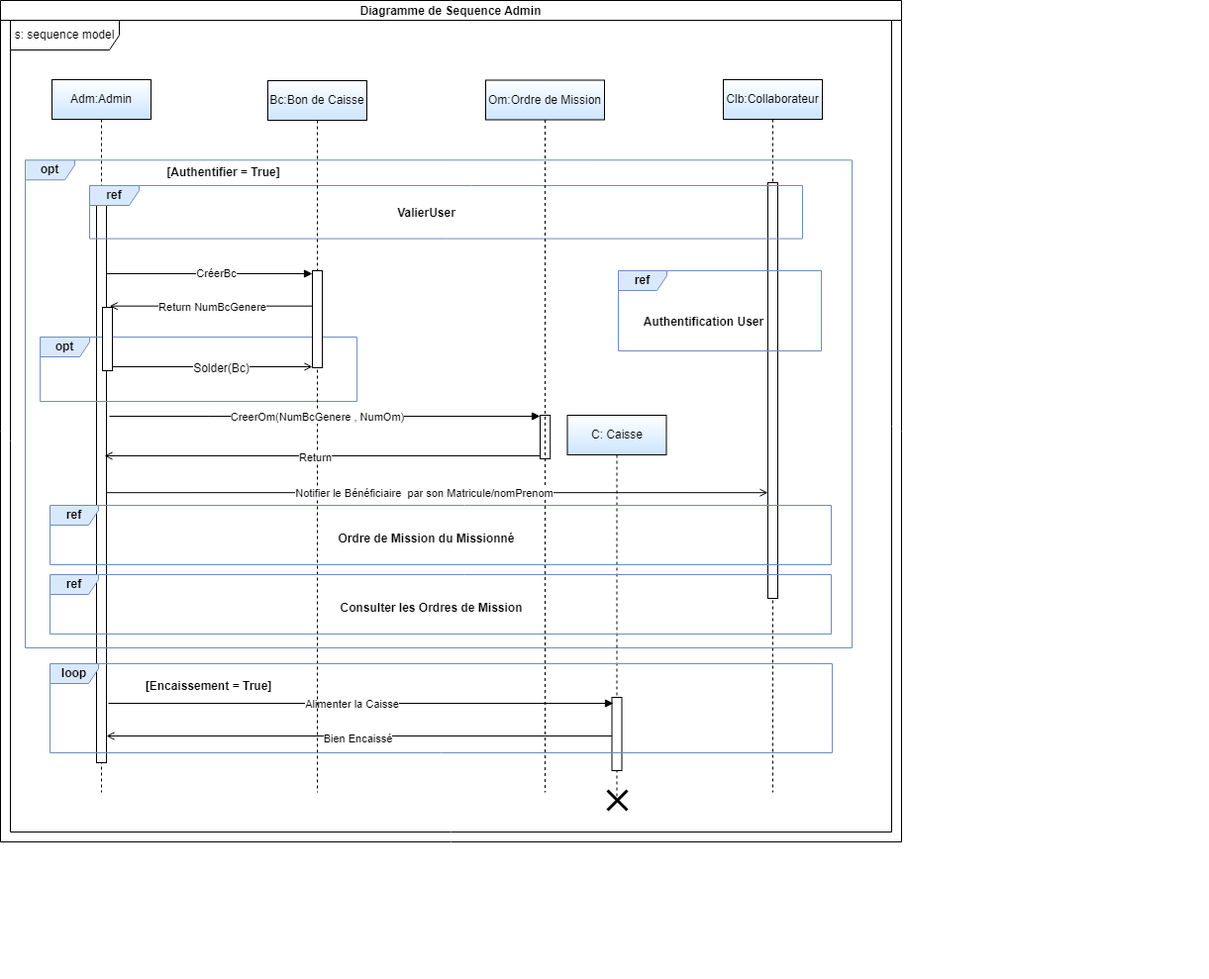
This is sequenceDiagramAdmin.drawio.png from BARIGOU-Imane/Gestion-des-Ordres-de-Mission, a draw.io export, as it was before one commit. Source tidied: cells renumbered, new cells last; positions are measured from the earlier drawing's top-left corner, leaving out a move shared by most shapes. Source of this version:
```xml
<mxGraphModel>
  <root>
    <mxCell id="0" />
    <mxCell id="1" parent="0" />
    <mxCell id="2" value="Adm:Admin" style="shape=umlLifeline;perimeter=lifelinePerimeter;whiteSpace=wrap;html=1;newEdgeStyle={&quot;edgeStyle&quot;:&quot;elbowEdgeStyle&quot;,&quot;elbow&quot;:&quot;vertical&quot;,&quot;curved&quot;:0,&quot;rounded&quot;:0};fillColor=default;strokeColor=#000000;gradientColor=#CCE5FF;" parent="1" vertex="1">
      <mxGeometry x="52" y="80" width="100" height="720" as="geometry" />
    </mxCell>
    <mxCell id="3" style="html=1;points=[];perimeter=orthogonalPerimeter;outlineConnect=0;targetShapes=umlLifeline;portConstraint=eastwest;newEdgeStyle={&quot;edgeStyle&quot;:&quot;elbowEdgeStyle&quot;,&quot;elbow&quot;:&quot;vertical&quot;,&quot;curved&quot;:0,&quot;rounded&quot;:0};" parent="2" vertex="1">
      <mxGeometry x="45" y="110" width="10" height="580" as="geometry" />
    </mxCell>
    <mxCell id="4" value="Clb:Collaborateur" style="shape=umlLifeline;perimeter=lifelinePerimeter;whiteSpace=wrap;html=1;newEdgeStyle={&quot;edgeStyle&quot;:&quot;elbowEdgeStyle&quot;,&quot;elbow&quot;:&quot;vertical&quot;,&quot;curved&quot;:0,&quot;rounded&quot;:0};gradientColor=#CCE5FF;" parent="1" vertex="1">
      <mxGeometry x="730" y="80" width="100" height="720" as="geometry" />
    </mxCell>
    <mxCell id="5" style="group;fillColor=none;" parent="1" vertex="1">
      <mxGeometry x="25" y="164" width="1195" height="824" as="geometry" />
    </mxCell>
    <mxCell id="6" value="&lt;b&gt;opt&lt;/b&gt;" style="shape=umlFrame;whiteSpace=wrap;html=1;width=50;height=20;fillColor=#dae8fc;strokeColor=#6c8ebf;" parent="5" vertex="1">
      <mxGeometry y="-2.7" width="835" height="492.7" as="geometry" />
    </mxCell>
    <mxCell id="7" value="&lt;b&gt;[Authentifier = True]&lt;/b&gt;" style="text;html=1;align=center;verticalAlign=middle;strokeColor=none;fillColor=none;" parent="5" vertex="1">
      <mxGeometry x="130" y="-5" width="140" height="30" as="geometry" />
    </mxCell>
    <mxCell id="8" style="group;" parent="5" vertex="1">
      <mxGeometry x="5.1" y="100" width="366.6" height="199" as="geometry" />
    </mxCell>
    <mxCell id="9" value="&lt;b&gt;opt&lt;/b&gt;" style="shape=umlFrame;whiteSpace=wrap;html=1;width=50;height=20;fillColor=#dae8fc;strokeColor=#6c8ebf;" parent="8" vertex="1">
      <mxGeometry x="10" y="76" width="320" height="65" as="geometry" />
    </mxCell>
    <mxCell id="10" style="html=1;points=[];perimeter=orthogonalPerimeter;outlineConnect=0;targetShapes=umlLifeline;portConstraint=eastwest;newEdgeStyle={&quot;edgeStyle&quot;:&quot;elbowEdgeStyle&quot;,&quot;elbow&quot;:&quot;vertical&quot;,&quot;curved&quot;:0,&quot;rounded&quot;:0};" parent="8" vertex="1">
      <mxGeometry x="72.9" y="46" width="10" height="64" as="geometry" />
    </mxCell>
    <mxCell id="11" style="html=1;verticalAlign=bottom;endArrow=block;curved=0;rounded=0;" parent="8" edge="1" source="3">
      <mxGeometry relative="1" as="geometry">
        <mxPoint x="284.9" y="12" as="targetPoint" />
      </mxGeometry>
    </mxCell>
    <mxCell id="12" value="CréerBc" style="edgeLabel;html=1;align=center;verticalAlign=middle;" parent="11" vertex="1">
      <mxGeometry x="0.06" y="1" relative="1" as="geometry" />
    </mxCell>
    <mxCell id="13" style="html=1;points=[];perimeter=orthogonalPerimeter;outlineConnect=0;targetShapes=umlLifeline;portConstraint=eastwest;newEdgeStyle={&quot;edgeStyle&quot;:&quot;elbowEdgeStyle&quot;,&quot;elbow&quot;:&quot;vertical&quot;,&quot;curved&quot;:0,&quot;rounded&quot;:0};" parent="5" vertex="1">
      <mxGeometry x="520" y="255" width="10.2" height="44" as="geometry" />
    </mxCell>
    <mxCell id="14" value="&lt;b&gt;Authentification User&lt;/b&gt;" style="text;html=1;align=center;verticalAlign=middle;strokeColor=none;fillColor=none;" parent="5" vertex="1">
      <mxGeometry x="615" y="146" width="140" height="30" as="geometry" />
    </mxCell>
    <mxCell id="15" style="html=1;points=[];perimeter=orthogonalPerimeter;outlineConnect=0;targetShapes=umlLifeline;portConstraint=eastwest;newEdgeStyle={&quot;edgeStyle&quot;:&quot;elbowEdgeStyle&quot;,&quot;elbow&quot;:&quot;vertical&quot;,&quot;curved&quot;:0,&quot;rounded&quot;:0};" parent="5" vertex="1">
      <mxGeometry x="750" y="20" width="10" height="420" as="geometry" />
    </mxCell>
    <mxCell id="16" style="group;labelBackgroundColor=none;textShadow=0;fontColor=default;labelBorderColor=default;fillColor=none;" parent="5" vertex="1">
      <mxGeometry x="65" y="23" width="720" height="67" as="geometry" />
    </mxCell>
    <mxCell id="17" value="&lt;b&gt;ref&lt;/b&gt;" style="shape=umlFrame;whiteSpace=wrap;html=1;width=50;height=20;fillColor=#dae8fc;strokeColor=#6c8ebf;" parent="16" vertex="1">
      <mxGeometry width="720" height="53.6" as="geometry" />
    </mxCell>
    <mxCell id="18" value="&lt;b&gt;ValierUser&lt;/b&gt;" style="text;html=1;align=center;verticalAlign=middle;strokeColor=none;fillColor=none;" parent="16" vertex="1">
      <mxGeometry x="300" y="13.4" width="80" height="30" as="geometry" />
    </mxCell>
    <mxCell id="19" value="&lt;b&gt;ref&lt;/b&gt;" style="shape=umlFrame;whiteSpace=wrap;html=1;width=49;height=20;fillColor=#dae8fc;strokeColor=#6c8ebf;" parent="5" vertex="1">
      <mxGeometry x="599" y="109" width="205" height="81" as="geometry" />
    </mxCell>
    <mxCell id="20" value="&lt;b&gt;Ordre de Mission du Missionné&lt;/b&gt;" style="text;html=1;align=center;verticalAlign=middle;strokeColor=none;fillColor=none;" parent="5" vertex="1">
      <mxGeometry x="305" y="365" width="200" height="30" as="geometry" />
    </mxCell>
    <mxCell id="21" value="&lt;b&gt;Consulter les Ordres de Mission&lt;/b&gt;" style="text;html=1;align=center;verticalAlign=middle;strokeColor=none;fillColor=none;" parent="5" vertex="1">
      <mxGeometry x="305" y="435" width="210" height="30" as="geometry" />
    </mxCell>
    <mxCell id="22" value="C: Caisse" style="shape=umlLifeline;perimeter=lifelinePerimeter;whiteSpace=wrap;html=1;newEdgeStyle={&quot;edgeStyle&quot;:&quot;elbowEdgeStyle&quot;,&quot;elbow&quot;:&quot;vertical&quot;,&quot;curved&quot;:0,&quot;rounded&quot;:0};gradientColor=#CCE5FF;" parent="5" vertex="1">
      <mxGeometry x="547.5" y="255" width="100" height="385" as="geometry" />
    </mxCell>
    <mxCell id="23" style="html=1;perimeter=orthogonalPerimeter;targetShapes=umlLifeline;newEdgeStyle={&quot;edgeStyle&quot;:&quot;elbowEdgeStyle&quot;,&quot;elbow&quot;:&quot;vertical&quot;,&quot;curved&quot;:0,&quot;rounded&quot;:0};" parent="5" vertex="1">
      <mxGeometry x="592.5" y="540" width="10" height="74" as="geometry" />
    </mxCell>
    <mxCell id="24" value="Alimenter la Caisse" style="html=1;verticalAlign=bottom;endArrow=block;edgeStyle=elbowEdgeStyle;elbow=horizontal;curved=0;rounded=0;" parent="5" edge="1">
      <mxGeometry x="-0.03" y="-10" relative="1" as="geometry">
        <mxPoint x="84" y="546" as="sourcePoint" />
        <mxPoint x="594" y="546" as="targetPoint" />
      </mxGeometry>
    </mxCell>
    <mxCell id="25" value="Bc:Bon de Caisse" style="shape=umlLifeline;perimeter=lifelinePerimeter;whiteSpace=wrap;html=1;newEdgeStyle={&quot;edgeStyle&quot;:&quot;elbowEdgeStyle&quot;,&quot;elbow&quot;:&quot;vertical&quot;,&quot;curved&quot;:0,&quot;rounded&quot;:0};gradientColor=#CCE5FF;" parent="1" vertex="1">
      <mxGeometry x="270" y="81" width="100" height="719" as="geometry" />
    </mxCell>
    <mxCell id="26" style="html=1;perimeter=orthogonalPerimeter;targetShapes=umlLifeline;newEdgeStyle={&quot;edgeStyle&quot;:&quot;elbowEdgeStyle&quot;,&quot;elbow&quot;:&quot;vertical&quot;,&quot;curved&quot;:0,&quot;rounded&quot;:0};" parent="25" vertex="1">
      <mxGeometry x="45" y="192" width="10" height="98" as="geometry" />
    </mxCell>
    <mxCell id="27" value="Om:Ordre de Mission" style="shape=umlLifeline;perimeter=lifelinePerimeter;whiteSpace=wrap;html=1;newEdgeStyle={&quot;edgeStyle&quot;:&quot;elbowEdgeStyle&quot;,&quot;elbow&quot;:&quot;vertical&quot;,&quot;curved&quot;:0,&quot;rounded&quot;:0};gradientColor=#CCE5FF;" parent="1" vertex="1">
      <mxGeometry x="490" y="80.5" width="120" height="719.5" as="geometry" />
    </mxCell>
    <mxCell id="28" style="endArrow=open;endFill=1;html=1;rounded=0;" parent="1" edge="1" target="15">
      <mxGeometry relative="1" as="geometry">
        <mxPoint x="107" y="497.2" as="sourcePoint" />
      </mxGeometry>
    </mxCell>
    <mxCell id="29" value="Notifier le Bénéficiaire&amp;nbsp; par son Matricule/nomPrenom" style="edgeLabel;html=1;align=center;verticalAlign=middle;" parent="28" vertex="1">
      <mxGeometry x="-0.05" relative="1" as="geometry">
        <mxPoint x="2" as="offset" />
      </mxGeometry>
    </mxCell>
    <mxCell id="30" value="CreerOm(NumBcGenere , NumOm)" style="html=1;verticalAlign=bottom;endArrow=block;edgeStyle=elbowEdgeStyle;elbow=horizontal;curved=0;rounded=0;entryX=0.491;entryY=0.057;entryDx=0;entryDy=0;entryPerimeter=0;" parent="1" edge="1">
      <mxGeometry x="-0.03" y="-10" relative="1" as="geometry">
        <mxPoint x="110" y="420" as="sourcePoint" />
        <mxPoint x="545" y="420" as="targetPoint" />
        <Array as="points">
          <mxPoint x="210.4" y="419.6" />
        </Array>
      </mxGeometry>
    </mxCell>
    <mxCell id="31" style="endArrow=open;endFill=1;html=1;rounded=0;entryX=0.725;entryY=-0.021;entryDx=0;entryDy=0;entryPerimeter=0;" parent="1" edge="1">
      <mxGeometry relative="1" as="geometry">
        <mxPoint x="315" y="308.7" as="sourcePoint" />
        <mxPoint x="110.2" y="308.7" as="targetPoint" />
      </mxGeometry>
    </mxCell>
    <mxCell id="32" value="Return NumBcGenere" style="edgeLabel;html=1;align=center;verticalAlign=middle;" parent="31" vertex="1">
      <mxGeometry x="0.07" relative="1" as="geometry">
        <mxPoint x="8" y="1" as="offset" />
      </mxGeometry>
    </mxCell>
    <mxCell id="33" style="endArrow=open;endFill=1;html=1;rounded=0;" parent="1" edge="1" source="10">
      <mxGeometry relative="1" as="geometry">
        <mxPoint x="315" y="370" as="targetPoint" />
      </mxGeometry>
    </mxCell>
    <mxCell id="34" value="&lt;span style=&quot;font-size: 12px; background-color: rgb(251, 251, 251);&quot;&gt;Solder(Bc)&lt;/span&gt;" style="edgeLabel;html=1;align=center;verticalAlign=middle;" parent="33" vertex="1">
      <mxGeometry x="0.08" y="-1" relative="1" as="geometry" />
    </mxCell>
    <mxCell id="35" style="endArrow=open;endFill=1;html=1;rounded=0;" parent="1" edge="1" source="13">
      <mxGeometry relative="1" as="geometry">
        <mxPoint x="105" y="460" as="targetPoint" />
      </mxGeometry>
    </mxCell>
    <mxCell id="36" value="Return" style="edgeLabel;html=1;align=center;verticalAlign=middle;" parent="35" vertex="1">
      <mxGeometry x="0.07" relative="1" as="geometry">
        <mxPoint x="8" y="1" as="offset" />
      </mxGeometry>
    </mxCell>
    <mxCell id="37" value="&lt;b&gt;ref&lt;/b&gt;" style="shape=umlFrame;whiteSpace=wrap;html=1;width=49;height=20;fillColor=#dae8fc;strokeColor=#6c8ebf;" parent="1" vertex="1">
      <mxGeometry x="50" y="510" width="789" height="60" as="geometry" />
    </mxCell>
    <mxCell id="38" value="Diagramme de Sequence Admin" style="swimlane;startSize=20;" parent="1" vertex="1">
      <mxGeometry width="910" height="850" as="geometry" />
    </mxCell>
    <mxCell id="39" value="s: sequence model" style="shape=umlFrame;whiteSpace=wrap;html=1;width=110;height=30;" parent="38" vertex="1">
      <mxGeometry x="10" y="20" width="890" height="820" as="geometry" />
    </mxCell>
    <mxCell id="40" value="&lt;b&gt;ref&lt;/b&gt;" style="shape=umlFrame;whiteSpace=wrap;html=1;width=49;height=20;fillColor=#dae8fc;strokeColor=#6c8ebf;" parent="38" vertex="1">
      <mxGeometry x="50" y="580" width="789" height="60" as="geometry" />
    </mxCell>
    <mxCell id="41" value="&lt;b&gt;loop&lt;/b&gt;" style="shape=umlFrame;whiteSpace=wrap;html=1;width=49;height=20;fillColor=#dae8fc;strokeColor=#6c8ebf;" parent="38" vertex="1">
      <mxGeometry x="50" y="670" width="790" height="90" as="geometry" />
    </mxCell>
    <mxCell id="42" style="shape=umlDestroy;whiteSpace=wrap;html=1;strokeWidth=3;targetShapes=umlLifeline;" parent="38" vertex="1">
      <mxGeometry x="613" y="798" width="20" height="20" as="geometry" />
    </mxCell>
    <mxCell id="43" value="&lt;b&gt;[Encaissement = True]&lt;/b&gt;" style="text;html=1;align=center;verticalAlign=middle;strokeColor=none;fillColor=none;" parent="1" vertex="1">
      <mxGeometry x="135" y="678" width="150" height="30" as="geometry" />
    </mxCell>
    <mxCell id="44" style="endArrow=open;endFill=1;html=1;rounded=0;" parent="1" edge="1">
      <mxGeometry relative="1" as="geometry">
        <mxPoint x="617.5" y="743" as="sourcePoint" />
        <mxPoint x="107" y="743" as="targetPoint" />
      </mxGeometry>
    </mxCell>
    <mxCell id="45" value="Bien Encaissé" style="edgeLabel;html=1;align=center;verticalAlign=middle;" parent="44" vertex="1">
      <mxGeometry x="0.06" y="2" relative="1" as="geometry">
        <mxPoint x="14" as="offset" />
      </mxGeometry>
    </mxCell>
  </root>
</mxGraphModel>
```
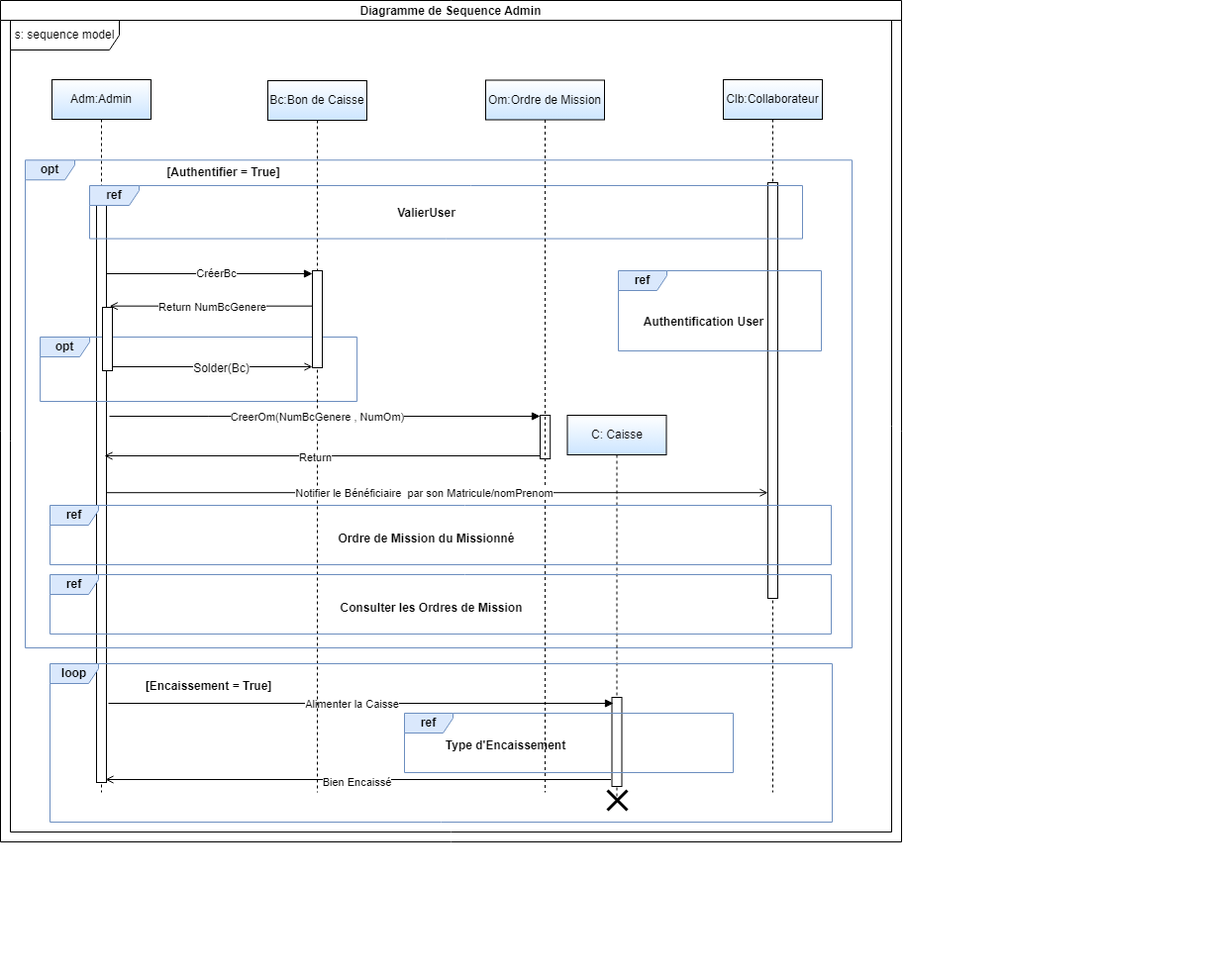
The same file after the commit.

The edit, as a diff of the source:
```diff
@@ -6,7 +6,7 @@
       <mxGeometry x="52" y="80" width="100" height="720" as="geometry" />
     </mxCell>
     <mxCell id="3" style="html=1;points=[];perimeter=orthogonalPerimeter;outlineConnect=0;targetShapes=umlLifeline;portConstraint=eastwest;newEdgeStyle={&quot;edgeStyle&quot;:&quot;elbowEdgeStyle&quot;,&quot;elbow&quot;:&quot;vertical&quot;,&quot;curved&quot;:0,&quot;rounded&quot;:0};" parent="2" vertex="1">
-      <mxGeometry x="45" y="110" width="10" height="580" as="geometry" />
+      <mxGeometry x="45" y="110" width="10" height="600" as="geometry" />
     </mxCell>
     <mxCell id="4" value="Clb:Collaborateur" style="shape=umlLifeline;perimeter=lifelinePerimeter;whiteSpace=wrap;html=1;newEdgeStyle={&quot;edgeStyle&quot;:&quot;elbowEdgeStyle&quot;,&quot;elbow&quot;:&quot;vertical&quot;,&quot;curved&quot;:0,&quot;rounded&quot;:0};gradientColor=#CCE5FF;" parent="1" vertex="1">
       <mxGeometry x="730" y="80" width="100" height="720" as="geometry" />
@@ -68,7 +68,7 @@
       <mxGeometry x="547.5" y="255" width="100" height="385" as="geometry" />
     </mxCell>
     <mxCell id="23" style="html=1;perimeter=orthogonalPerimeter;targetShapes=umlLifeline;newEdgeStyle={&quot;edgeStyle&quot;:&quot;elbowEdgeStyle&quot;,&quot;elbow&quot;:&quot;vertical&quot;,&quot;curved&quot;:0,&quot;rounded&quot;:0};" parent="5" vertex="1">
-      <mxGeometry x="592.5" y="540" width="10" height="74" as="geometry" />
+      <mxGeometry x="592.5" y="540" width="10" height="90" as="geometry" />
     </mxCell>
     <mxCell id="24" value="Alimenter la Caisse" style="html=1;verticalAlign=bottom;endArrow=block;edgeStyle=elbowEdgeStyle;elbow=horizontal;curved=0;rounded=0;" parent="5" edge="1">
       <mxGeometry x="-0.03" y="-10" relative="1" as="geometry">
@@ -76,6 +76,17 @@
         <mxPoint x="594" y="546" as="targetPoint" />
       </mxGeometry>
     </mxCell>
+    <mxCell id="44" style="endArrow=open;endFill=1;html=1;rounded=0;" parent="5" edge="1">
+      <mxGeometry relative="1" as="geometry">
+        <mxPoint x="591.5" y="623" as="sourcePoint" />
+        <mxPoint x="81" y="623" as="targetPoint" />
+      </mxGeometry>
+    </mxCell>
+    <mxCell id="45" value="Bien Encaissé" style="edgeLabel;html=1;align=center;verticalAlign=middle;" parent="44" vertex="1">
+      <mxGeometry x="0.06" y="2" relative="1" as="geometry">
+        <mxPoint x="14" as="offset" />
+      </mxGeometry>
+    </mxCell>
     <mxCell id="25" value="Bc:Bon de Caisse" style="shape=umlLifeline;perimeter=lifelinePerimeter;whiteSpace=wrap;html=1;newEdgeStyle={&quot;edgeStyle&quot;:&quot;elbowEdgeStyle&quot;,&quot;elbow&quot;:&quot;vertical&quot;,&quot;curved&quot;:0,&quot;rounded&quot;:0};gradientColor=#CCE5FF;" parent="1" vertex="1">
       <mxGeometry x="270" y="81" width="100" height="719" as="geometry" />
     </mxCell>
@@ -146,24 +157,19 @@
       <mxGeometry x="50" y="580" width="789" height="60" as="geometry" />
     </mxCell>
     <mxCell id="41" value="&lt;b&gt;loop&lt;/b&gt;" style="shape=umlFrame;whiteSpace=wrap;html=1;width=49;height=20;fillColor=#dae8fc;strokeColor=#6c8ebf;" parent="38" vertex="1">
-      <mxGeometry x="50" y="670" width="790" height="90" as="geometry" />
+      <mxGeometry x="50" y="670" width="790" height="160" as="geometry" />
     </mxCell>
     <mxCell id="42" style="shape=umlDestroy;whiteSpace=wrap;html=1;strokeWidth=3;targetShapes=umlLifeline;" parent="38" vertex="1">
       <mxGeometry x="613" y="798" width="20" height="20" as="geometry" />
     </mxCell>
+    <mxCell id="46" value="&lt;b&gt;ref&lt;/b&gt;" style="shape=umlFrame;whiteSpace=wrap;html=1;width=49;height=20;fillColor=#dae8fc;strokeColor=#6c8ebf;" parent="38" vertex="1">
+      <mxGeometry x="408" y="720" width="332" height="60" as="geometry" />
+    </mxCell>
     <mxCell id="43" value="&lt;b&gt;[Encaissement = True]&lt;/b&gt;" style="text;html=1;align=center;verticalAlign=middle;strokeColor=none;fillColor=none;" parent="1" vertex="1">
       <mxGeometry x="135" y="678" width="150" height="30" as="geometry" />
     </mxCell>
-    <mxCell id="44" style="endArrow=open;endFill=1;html=1;rounded=0;" parent="1" edge="1">
-      <mxGeometry relative="1" as="geometry">
-        <mxPoint x="617.5" y="743" as="sourcePoint" />
-        <mxPoint x="107" y="743" as="targetPoint" />
-      </mxGeometry>
-    </mxCell>
-    <mxCell id="45" value="Bien Encaissé" style="edgeLabel;html=1;align=center;verticalAlign=middle;" parent="44" vertex="1">
-      <mxGeometry x="0.06" y="2" relative="1" as="geometry">
-        <mxPoint x="14" as="offset" />
-      </mxGeometry>
-    </mxCell>
+    <mxCell id="47" value="&lt;b&gt;Type d'Encaissement&lt;/b&gt;" style="text;html=1;align=center;verticalAlign=middle;strokeColor=none;fillColor=none;" parent="1" vertex="1">
+      <mxGeometry x="440" y="738" width="140" height="30" as="geometry" />
+    </mxCell>
   </root>
 </mxGraphModel>
```
